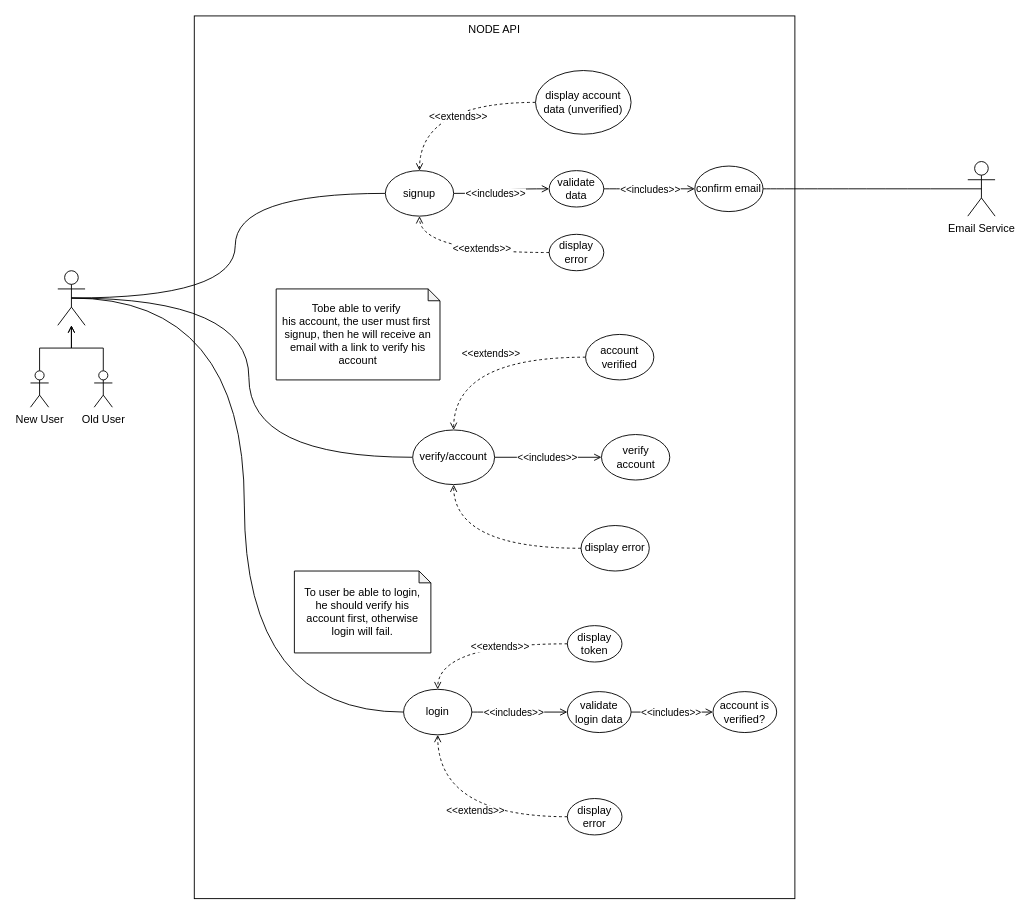
Above: diagrams/UML/node-api.usecase.drawio in guimassoqueto/node-clean-api (draw.io), before the change. Source tidied: cells renumbered, new cells numbered last; positions are measured from the earlier drawing's top-left corner, leaving out a move shared by most shapes. Both pictures are drawn from the tidied source at 91%, with x=0, y=0 at pixel (30, 15).
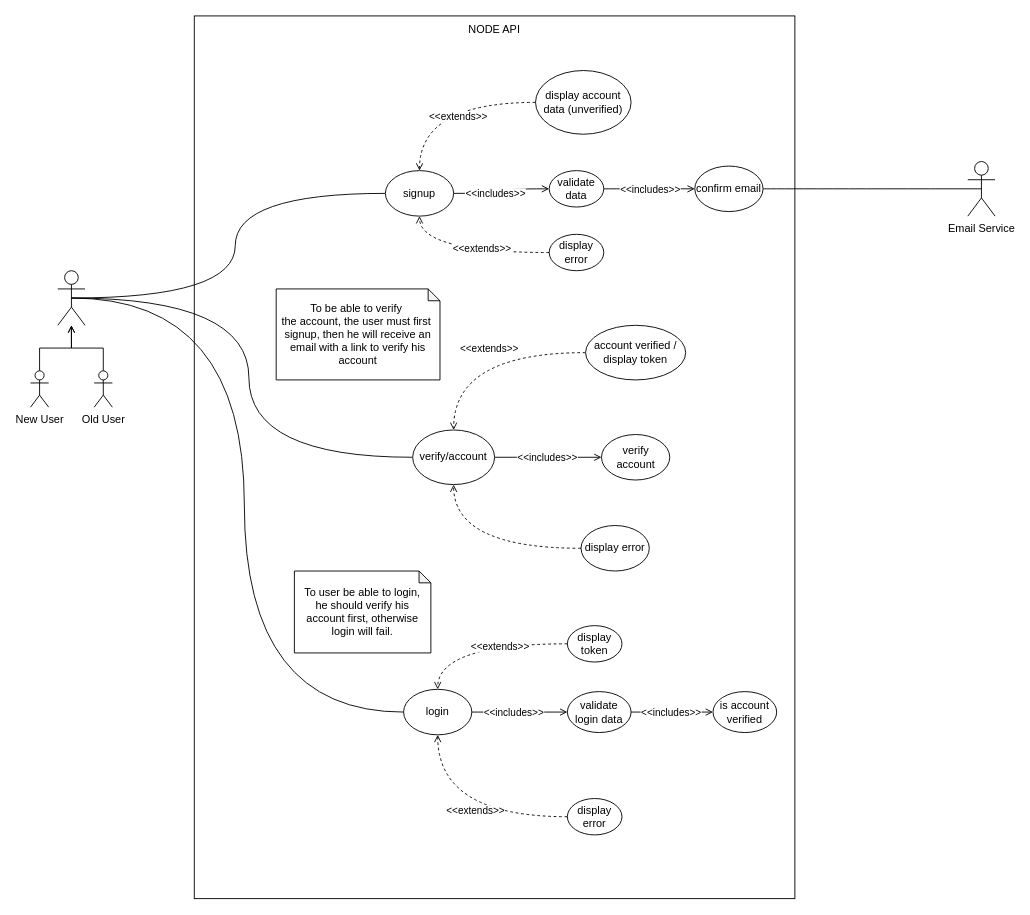
Above is the later version.

Commit message (it also covers changes not shown here):
docs: update usecase diagram

What changed in the source:
```diff
@@
-    <mxCell id="46" value="account verified" style="ellipse;whiteSpace=wrap;html=1;" parent="1" vertex="1">
-      <mxGeometry x="610" y="350" width="75" height="50" as="geometry" />
+    <mxCell id="46" value="account verified / display token" style="ellipse;whiteSpace=wrap;html=1;" parent="1" vertex="1">
+      <mxGeometry x="610" y="340" width="110" height="60" as="geometry" />
     </mxCell>
@@
-    <mxCell id="49" value="Tobe able to verify&amp;nbsp;&lt;br&gt;his account, the user must first&amp;nbsp;&lt;br&gt;signup, then he will receive an email with a link to verify his account" style="shape=note;whiteSpace=wrap;html=1;backgroundOutline=1;darkOpacity=0.05;size=13;" parent="1" vertex="1">
+    <mxCell id="49" value="To be able to verify&amp;nbsp;&lt;br&gt;the account, the user must first&amp;nbsp;&lt;br&gt;signup, then he will receive an email with a link to verify his account" style="shape=note;whiteSpace=wrap;html=1;backgroundOutline=1;darkOpacity=0.05;size=13;" parent="1" vertex="1">
       <mxGeometry x="270" y="300" width="180" height="100" as="geometry" />
     </mxCell>
@@
-    <mxCell id="51" value="&lt;div&gt;account is verified?&lt;/div&gt;" style="ellipse;whiteSpace=wrap;html=1;" parent="1" vertex="1">
+    <mxCell id="51" value="&lt;div&gt;is account verified&lt;/div&gt;" style="ellipse;whiteSpace=wrap;html=1;" parent="1" vertex="1">
       <mxGeometry x="750" y="742.5" width="70" height="45" as="geometry" />
     </mxCell>
```
